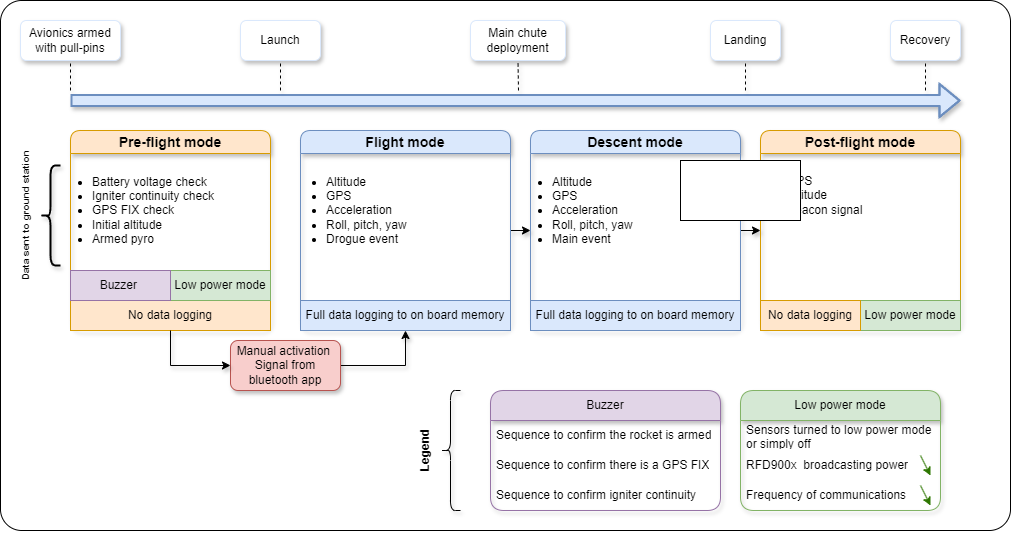
The draw.io diagram Documentation/ODB2/Explications/Diagram_Fonctionalities.png in GAULAvionique2024-2025/Ordinateur-de-bord, before a commit. Source tidied: cells renumbered, new cells last; positions are measured from the earlier drawing's top-left corner, leaving out a move shared by most shapes. Its diagram source:
```xml
<mxGraphModel>
  <root>
    <mxCell id="0" />
    <mxCell id="1" parent="0" />
    <mxCell id="2" style="rounded=1;whiteSpace=wrap;html=1;arcSize=4;" parent="1" vertex="1">
      <mxGeometry x="70" width="1010" height="530" as="geometry" />
    </mxCell>
    <mxCell id="3" value="&lt;font style=&quot;font-size: 14px;&quot;&gt;Pre-flight mode&lt;/font&gt;" style="swimlane;whiteSpace=wrap;html=1;fillColor=#ffe6cc;strokeColor=#d79b00;rounded=1;shadow=1;" parent="1" vertex="1">
      <mxGeometry x="140" y="130" width="200" height="200" as="geometry" />
    </mxCell>
    <mxCell id="4" value="&lt;ul&gt;&lt;li&gt;&lt;span style=&quot;background-color: initial;&quot;&gt;Battery voltage check&lt;/span&gt;&lt;/li&gt;&lt;li&gt;&lt;span style=&quot;background-color: initial;&quot;&gt;Igniter continuity check&lt;/span&gt;&lt;/li&gt;&lt;li&gt;&lt;span style=&quot;background-color: initial;&quot;&gt;GPS FIX check&lt;/span&gt;&lt;/li&gt;&lt;li&gt;&lt;span style=&quot;background-color: initial;&quot;&gt;Initial altitude&lt;/span&gt;&lt;/li&gt;&lt;li&gt;Armed pyro&lt;/li&gt;&lt;/ul&gt;" style="text;html=1;strokeColor=none;fillColor=none;align=left;verticalAlign=middle;whiteSpace=wrap;rounded=0;" parent="3" vertex="1">
      <mxGeometry x="-20" y="30" width="190" height="100" as="geometry" />
    </mxCell>
    <mxCell id="5" style="shape=curlyBracket;whiteSpace=wrap;html=1;rounded=1;flipH=1;labelPosition=right;verticalLabelPosition=middle;align=left;verticalAlign=middle;strokeWidth=2;rotation=-180;size=0.5;shadow=1;" parent="3" vertex="1">
      <mxGeometry x="-30" y="35" width="20" height="100" as="geometry" />
    </mxCell>
    <mxCell id="6" value="No data logging" style="text;html=1;strokeColor=#d79b00;fillColor=#ffe6cc;align=center;verticalAlign=middle;whiteSpace=wrap;rounded=0;" parent="3" vertex="1">
      <mxGeometry y="170" width="200" height="30" as="geometry" />
    </mxCell>
    <mxCell id="7" value="Low power mode" style="text;html=1;strokeColor=#82b366;fillColor=#d5e8d4;align=center;verticalAlign=middle;whiteSpace=wrap;rounded=0;" parent="3" vertex="1">
      <mxGeometry x="100" y="140" width="100" height="30" as="geometry" />
    </mxCell>
    <mxCell id="8" value="Buzzer&amp;nbsp;" style="text;html=1;strokeColor=#9673a6;fillColor=#e1d5e7;align=center;verticalAlign=middle;whiteSpace=wrap;rounded=0;" parent="3" vertex="1">
      <mxGeometry y="140" width="100" height="30" as="geometry" />
    </mxCell>
    <mxCell id="9" style="edgeStyle=orthogonalEdgeStyle;rounded=0;jettySize=auto;html=1;exitX=1;exitY=0.5;exitDx=0;exitDy=0;entryX=0;entryY=0.5;entryDx=0;entryDy=0;shadow=1;" parent="1" edge="1" source="45" target="14">
      <mxGeometry relative="1" as="geometry" />
    </mxCell>
    <mxCell id="10" style="edgeStyle=orthogonalEdgeStyle;rounded=0;jettySize=auto;html=1;exitX=1;exitY=0.5;exitDx=0;exitDy=0;entryX=0;entryY=0.5;entryDx=0;entryDy=0;shadow=1;" parent="1" edge="1" source="11" target="45">
      <mxGeometry relative="1" as="geometry" />
    </mxCell>
    <mxCell id="11" value="&lt;font style=&quot;font-size: 14px;&quot;&gt;Flight mode&lt;/font&gt;" style="swimlane;whiteSpace=wrap;html=1;fillColor=#dae8fc;strokeColor=#6c8ebf;rounded=1;shadow=1;" parent="1" vertex="1">
      <mxGeometry x="370" y="130" width="210" height="200" as="geometry" />
    </mxCell>
    <mxCell id="12" value="&lt;ul&gt;&lt;li&gt;Altitude&lt;/li&gt;&lt;li&gt;GPS&lt;/li&gt;&lt;li&gt;Acceleration&lt;/li&gt;&lt;li&gt;Roll, pitch, yaw&lt;/li&gt;&lt;li&gt;Drogue event&lt;/li&gt;&lt;/ul&gt;" style="text;strokeColor=none;fillColor=none;align=left;verticalAlign=middle;spacingLeft=4;spacingRight=4;overflow=hidden;whiteSpace=wrap;html=1;" parent="11" vertex="1">
      <mxGeometry x="-20" y="20" width="150" height="120" as="geometry" />
    </mxCell>
    <mxCell id="13" value="Full data logging to on board memory" style="text;html=1;strokeColor=#6c8ebf;fillColor=#dae8fc;align=center;verticalAlign=middle;whiteSpace=wrap;rounded=0;" parent="11" vertex="1">
      <mxGeometry y="170" width="210" height="30" as="geometry" />
    </mxCell>
    <mxCell id="14" value="&lt;font style=&quot;font-size: 14px;&quot;&gt;Post-flight mode&lt;/font&gt;" style="swimlane;whiteSpace=wrap;html=1;startSize=23;fillColor=#ffe6cc;strokeColor=#d79b00;rounded=1;shadow=1;" parent="1" vertex="1">
      <mxGeometry x="830" y="130" width="200" height="200" as="geometry" />
    </mxCell>
    <mxCell id="15" value="&lt;ul&gt;&lt;li&gt;GPS&lt;/li&gt;&lt;li&gt;Altitude&lt;/li&gt;&lt;li&gt;Beacon signal&lt;/li&gt;&lt;/ul&gt;" style="text;html=1;strokeColor=none;fillColor=none;align=left;verticalAlign=middle;whiteSpace=wrap;rounded=0;" parent="14" vertex="1">
      <mxGeometry x="-15" y="50" width="130" height="30" as="geometry" />
    </mxCell>
    <mxCell id="16" value="Low power mode" style="text;html=1;strokeColor=#82b366;fillColor=#d5e8d4;align=center;verticalAlign=middle;whiteSpace=wrap;rounded=0;" parent="14" vertex="1">
      <mxGeometry x="100" y="170" width="100" height="30" as="geometry" />
    </mxCell>
    <mxCell id="17" value="No data logging" style="text;html=1;strokeColor=#d79b00;fillColor=#ffe6cc;align=center;verticalAlign=middle;whiteSpace=wrap;rounded=0;" parent="14" vertex="1">
      <mxGeometry y="170" width="100" height="30" as="geometry" />
    </mxCell>
    <mxCell id="18" style="shape=flexArrow;endArrow=classic;html=1;rounded=0;fillColor=#dae8fc;strokeColor=#6c8ebf;strokeWidth=2;shadow=1;" parent="1" edge="1">
      <mxGeometry relative="1" as="geometry">
        <mxPoint x="140" y="100" as="sourcePoint" />
        <mxPoint x="1030" y="100" as="targetPoint" />
        <Array as="points">
          <mxPoint x="590" y="100" />
        </Array>
      </mxGeometry>
    </mxCell>
    <mxCell id="19" style="endArrow=none;dashed=1;html=1;rounded=0;entryX=0.5;entryY=1;entryDx=0;entryDy=0;shadow=1;" parent="1" edge="1" target="20">
      <mxGeometry relative="1" as="geometry">
        <mxPoint x="140" y="90" as="sourcePoint" />
      </mxGeometry>
    </mxCell>
    <mxCell id="20" value="Avionics armed with pull-pins" style="rounded=1;whiteSpace=wrap;html=1;strokeColor=#dae8fc;shadow=1;" parent="1" vertex="1">
      <mxGeometry x="90" y="20" width="100" height="40" as="geometry" />
    </mxCell>
    <mxCell id="21" style="endArrow=none;dashed=1;html=1;rounded=0;entryX=0.5;entryY=1;entryDx=0;entryDy=0;shadow=1;" parent="1" edge="1" target="22">
      <mxGeometry relative="1" as="geometry">
        <mxPoint x="350" y="90" as="sourcePoint" />
      </mxGeometry>
    </mxCell>
    <mxCell id="22" value="Launch" style="rounded=1;whiteSpace=wrap;html=1;strokeColor=#dae8fc;shadow=1;" parent="1" vertex="1">
      <mxGeometry x="310" y="20" width="80" height="40" as="geometry" />
    </mxCell>
    <mxCell id="23" style="endArrow=none;dashed=1;html=1;rounded=0;entryX=0.5;entryY=1;entryDx=0;entryDy=0;shadow=1;" parent="1" edge="1" target="24">
      <mxGeometry relative="1" as="geometry">
        <mxPoint x="588" y="90" as="sourcePoint" />
      </mxGeometry>
    </mxCell>
    <mxCell id="24" value="Main chute deployment" style="rounded=1;whiteSpace=wrap;html=1;strokeColor=#dae8fc;shadow=1;" parent="1" vertex="1">
      <mxGeometry x="540" y="20" width="95" height="40" as="geometry" />
    </mxCell>
    <mxCell id="25" style="endArrow=none;dashed=1;html=1;rounded=0;entryX=0.5;entryY=1;entryDx=0;entryDy=0;shadow=1;" parent="1" edge="1" target="26">
      <mxGeometry relative="1" as="geometry">
        <mxPoint x="815" y="90" as="sourcePoint" />
      </mxGeometry>
    </mxCell>
    <mxCell id="26" value="Landing" style="rounded=1;whiteSpace=wrap;html=1;strokeColor=#dae8fc;shadow=1;" parent="1" vertex="1">
      <mxGeometry x="780" y="20" width="70" height="40" as="geometry" />
    </mxCell>
    <mxCell id="27" style="endArrow=none;dashed=1;html=1;rounded=0;entryX=0.5;entryY=1;entryDx=0;entryDy=0;shadow=1;" parent="1" edge="1" target="28">
      <mxGeometry relative="1" as="geometry">
        <mxPoint x="995" y="90" as="sourcePoint" />
      </mxGeometry>
    </mxCell>
    <mxCell id="28" value="Recovery" style="rounded=1;whiteSpace=wrap;html=1;strokeColor=#dae8fc;shadow=1;" parent="1" vertex="1">
      <mxGeometry x="960" y="20" width="70" height="40" as="geometry" />
    </mxCell>
    <mxCell id="29" value="&lt;font size=&quot;1&quot; style=&quot;&quot;&gt;&lt;b style=&quot;&quot;&gt;Data sent to ground station&lt;/b&gt;&lt;/font&gt;" style="text;html=1;strokeColor=none;fillColor=none;align=center;verticalAlign=middle;whiteSpace=wrap;rounded=0;rotation=-90;shadow=1;" parent="1" vertex="1">
      <mxGeometry y="200" width="190" height="30" as="geometry" />
    </mxCell>
    <mxCell id="30" style="edgeStyle=orthogonalEdgeStyle;rounded=0;jettySize=auto;html=1;exitX=1;exitY=0.5;exitDx=0;exitDy=0;entryX=0.5;entryY=1;entryDx=0;entryDy=0;shadow=1;" parent="1" edge="1" source="31" target="13">
      <mxGeometry relative="1" as="geometry" />
    </mxCell>
    <mxCell id="31" value="Manual activation&amp;nbsp;&lt;br&gt;Signal from bluetooth app" style="rounded=1;whiteSpace=wrap;html=1;fillColor=#f8cecc;strokeColor=#b85450;shadow=1;" parent="1" vertex="1">
      <mxGeometry x="300" y="340" width="110" height="50" as="geometry" />
    </mxCell>
    <mxCell id="32" style="edgeStyle=orthogonalEdgeStyle;rounded=0;jettySize=auto;html=1;entryX=0;entryY=0.5;entryDx=0;entryDy=0;shadow=1;" parent="1" edge="1" source="6" target="31">
      <mxGeometry relative="1" as="geometry">
        <Array as="points">
          <mxPoint x="240" y="365" />
        </Array>
      </mxGeometry>
    </mxCell>
    <mxCell id="33" style="shape=curlyBracket;whiteSpace=wrap;html=1;rounded=1;labelPosition=left;verticalLabelPosition=middle;align=right;verticalAlign=middle;shadow=1;" parent="1" vertex="1">
      <mxGeometry x="510" y="390" width="20" height="120" as="geometry" />
    </mxCell>
    <mxCell id="34" value="&lt;font size=&quot;1&quot; style=&quot;&quot;&gt;&lt;b style=&quot;font-size: 12px;&quot;&gt;Legend&lt;/b&gt;&lt;/font&gt;" style="text;html=1;strokeColor=none;fillColor=none;align=center;verticalAlign=middle;whiteSpace=wrap;rounded=0;rotation=-90;shadow=1;" parent="1" vertex="1">
      <mxGeometry x="400" y="435" width="190" height="30" as="geometry" />
    </mxCell>
    <mxCell id="35" value="Low power mode" style="swimlane;fontStyle=0;horizontal=1;startSize=30;whiteSpace=wrap;html=1;fillColor=#d5e8d4;strokeColor=#82b366;rounded=1;shadow=1;" parent="1" vertex="1">
      <mxGeometry x="810" y="390" width="200" height="120" as="geometry" />
    </mxCell>
    <mxCell id="36" value="Sensors turned to low power mode or simply off" style="text;strokeColor=none;fillColor=none;align=left;verticalAlign=middle;spacingLeft=4;spacingRight=4;overflow=hidden;whiteSpace=wrap;html=1;" parent="35" vertex="1">
      <mxGeometry y="30" width="200" height="30" as="geometry" />
    </mxCell>
    <mxCell id="37" value="&lt;span style=&quot;background-color: initial;&quot;&gt;RFD900x&amp;nbsp; broadcasting power&lt;/span&gt;" style="text;strokeColor=none;fillColor=none;align=left;verticalAlign=middle;spacingLeft=4;spacingRight=4;overflow=hidden;whiteSpace=wrap;html=1;" parent="35" vertex="1">
      <mxGeometry y="60" width="200" height="30" as="geometry" />
    </mxCell>
    <mxCell id="38" style="endArrow=classic;html=1;rounded=0;fillColor=#60a917;strokeColor=#2D7600;" parent="35" edge="1">
      <mxGeometry relative="1" as="geometry">
        <mxPoint x="180" y="65" as="sourcePoint" />
        <mxPoint x="190" y="85" as="targetPoint" />
      </mxGeometry>
    </mxCell>
    <mxCell id="39" value="Frequency of communications" style="text;strokeColor=none;fillColor=none;align=left;verticalAlign=middle;spacingLeft=4;spacingRight=4;overflow=hidden;whiteSpace=wrap;html=1;" parent="35" vertex="1">
      <mxGeometry y="90" width="200" height="30" as="geometry" />
    </mxCell>
    <mxCell id="40" style="endArrow=classic;html=1;rounded=0;fillColor=#60a917;strokeColor=#2D7600;" parent="35" edge="1">
      <mxGeometry relative="1" as="geometry">
        <mxPoint x="180" y="95" as="sourcePoint" />
        <mxPoint x="190" y="115" as="targetPoint" />
      </mxGeometry>
    </mxCell>
    <mxCell id="41" value="Buzzer" style="swimlane;fontStyle=0;horizontal=1;startSize=30;whiteSpace=wrap;html=1;fillColor=#e1d5e7;strokeColor=#9673a6;rounded=1;shadow=1;" parent="1" vertex="1">
      <mxGeometry x="560" y="390" width="230" height="120" as="geometry" />
    </mxCell>
    <mxCell id="42" value="Sequence to confirm the rocket is armed" style="text;strokeColor=none;fillColor=none;align=left;verticalAlign=middle;spacingLeft=4;spacingRight=4;overflow=hidden;whiteSpace=wrap;html=1;" parent="41" vertex="1">
      <mxGeometry y="30" width="230" height="30" as="geometry" />
    </mxCell>
    <mxCell id="43" value="Sequence to confirm there is a GPS FIX" style="text;strokeColor=none;fillColor=none;align=left;verticalAlign=middle;spacingLeft=4;spacingRight=4;overflow=hidden;whiteSpace=wrap;html=1;" parent="41" vertex="1">
      <mxGeometry y="60" width="230" height="30" as="geometry" />
    </mxCell>
    <mxCell id="44" value="Sequence to confirm igniter continuity" style="text;strokeColor=none;fillColor=none;align=left;verticalAlign=middle;spacingLeft=4;spacingRight=4;overflow=hidden;whiteSpace=wrap;html=1;" parent="41" vertex="1">
      <mxGeometry y="90" width="230" height="30" as="geometry" />
    </mxCell>
    <mxCell id="45" value="&lt;font style=&quot;font-size: 14px;&quot;&gt;Descent mode&lt;/font&gt;" style="swimlane;whiteSpace=wrap;html=1;fillColor=#dae8fc;strokeColor=#6c8ebf;rounded=1;shadow=1;" parent="1" vertex="1">
      <mxGeometry x="600" y="130" width="210" height="200" as="geometry" />
    </mxCell>
    <mxCell id="46" value="&lt;ul&gt;&lt;li&gt;Altitude&lt;/li&gt;&lt;li&gt;&lt;span style=&quot;background-color: initial;&quot;&gt;GPS&lt;/span&gt;&lt;br&gt;&lt;/li&gt;&lt;li&gt;Acceleration&lt;/li&gt;&lt;li style=&quot;border-color: var(--border-color);&quot;&gt;Roll, pitch, yaw&lt;/li&gt;&lt;li style=&quot;border-color: var(--border-color);&quot;&gt;Main event&lt;/li&gt;&lt;/ul&gt;" style="text;html=1;strokeColor=none;fillColor=none;align=left;verticalAlign=middle;whiteSpace=wrap;rounded=0;" parent="45" vertex="1">
      <mxGeometry x="-20" y="40" width="150" height="80" as="geometry" />
    </mxCell>
    <mxCell id="47" value="Full data logging to on board memory" style="text;html=1;strokeColor=#6c8ebf;fillColor=#dae8fc;align=center;verticalAlign=middle;whiteSpace=wrap;rounded=0;" parent="45" vertex="1">
      <mxGeometry y="170" width="210" height="30" as="geometry" />
    </mxCell>
    <mxCell id="48" style="whiteSpace=wrap;html=1;" parent="1" vertex="1">
      <mxGeometry x="750" y="160" width="120" height="60" as="geometry" />
    </mxCell>
  </root>
</mxGraphModel>
```
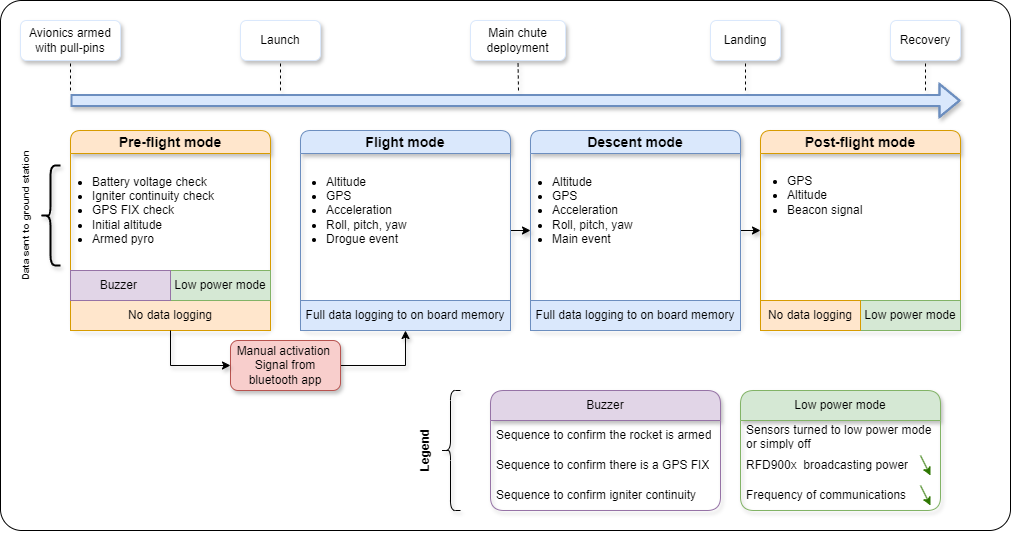
The same file after the commit.

Change to the diagram source:
```diff
@@ -166,8 +166,5 @@
     <mxCell id="47" value="Full data logging to on board memory" style="text;html=1;strokeColor=#6c8ebf;fillColor=#dae8fc;align=center;verticalAlign=middle;whiteSpace=wrap;rounded=0;" parent="45" vertex="1">
       <mxGeometry y="170" width="210" height="30" as="geometry" />
     </mxCell>
-    <mxCell id="48" style="whiteSpace=wrap;html=1;" parent="1" vertex="1">
-      <mxGeometry x="750" y="160" width="120" height="60" as="geometry" />
-    </mxCell>
   </root>
 </mxGraphModel>
```
